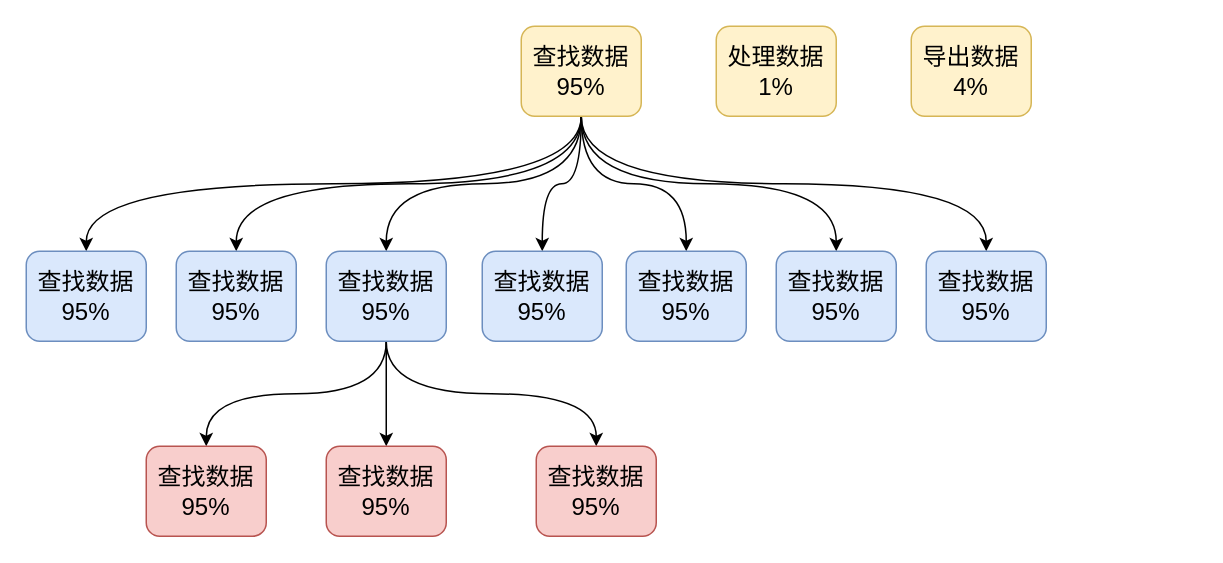
Earlier version of the draw.io diagram 导出代码优化.drawio (wenbochang888/draw). Source tidied: cells renumbered, new cells numbered last; positions are measured from the earlier drawing's top-left corner, leaving out a move shared by most shapes. Both pictures are drawn from the tidied source at 150%, with x=0, y=0 at pixel (26, 26).
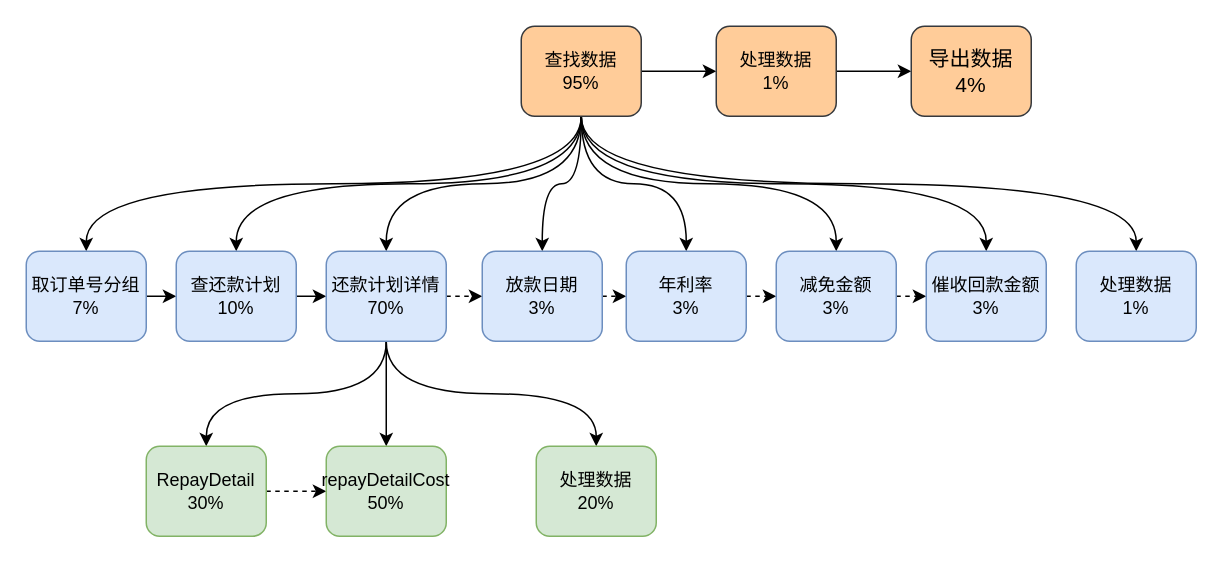
After the change.

Commit message (it also covers changes not shown here):
更新导出代码优化.drawio

The edit, as a diff of the source:
```diff
@@
+    <mxCell id="25" style="edgeStyle=orthogonalEdgeStyle;rounded=0;jettySize=auto;html=1;exitX=1;exitY=0.5;exitDx=0;exitDy=0;" parent="1" edge="1" source="9" target="10">
+      <mxGeometry relative="1" as="geometry" />
+    </mxCell>
+    <mxCell id="26" style="edgeStyle=orthogonalEdgeStyle;jettySize=auto;html=1;exitX=0.5;exitY=1;exitDx=0;exitDy=0;entryX=0.5;entryY=0;entryDx=0;entryDy=0;curved=1;" parent="1" edge="1" source="9" target="35">
+      <mxGeometry relative="1" as="geometry" />
+    </mxCell>
-    <mxCell id="9" value="&lt;span style=&quot;font-size: 16px;&quot;&gt;查找数据&lt;br&gt;95%&lt;br&gt;&lt;/span&gt;" style="rounded=1;whiteSpace=wrap;html=1;shadow=0;glass=0;fillColor=#fff2cc;strokeColor=#d6b656;" parent="1" vertex="1">
+    <mxCell id="9" value="&lt;font style=&quot;font-size: 12px;&quot;&gt;查找数据&lt;br&gt;95%&lt;/font&gt;" style="rounded=1;whiteSpace=wrap;html=1;shadow=0;glass=0;fillColor=#ffcc99;strokeColor=#36393d;" parent="1" vertex="1">
       <mxGeometry x="330" width="80" height="60" as="geometry" />
     </mxCell>
+    <mxCell id="27" style="edgeStyle=orthogonalEdgeStyle;rounded=0;jettySize=auto;html=1;exitX=1;exitY=0.5;exitDx=0;exitDy=0;entryX=0;entryY=0.5;entryDx=0;entryDy=0;" parent="1" edge="1" source="10" target="11">
+      <mxGeometry relative="1" as="geometry" />
+    </mxCell>
-    <mxCell id="10" value="&lt;span style=&quot;font-size: 16px;&quot;&gt;处理数据&lt;br&gt;1%&lt;br&gt;&lt;/span&gt;" style="rounded=1;whiteSpace=wrap;html=1;shadow=0;glass=0;fillColor=#fff2cc;strokeColor=#d6b656;" parent="1" vertex="1">
+    <mxCell id="10" value="&lt;font style=&quot;font-size: 12px;&quot;&gt;处理数据&lt;br&gt;1%&lt;/font&gt;" style="rounded=1;whiteSpace=wrap;html=1;shadow=0;glass=0;fillColor=#ffcc99;strokeColor=#36393d;" parent="1" vertex="1">
       <mxGeometry x="460" width="80" height="60" as="geometry" />
     </mxCell>
-    <mxCell id="11" value="&lt;span style=&quot;font-size: 16px;&quot;&gt;导出数据&lt;br&gt;4%&lt;br&gt;&lt;/span&gt;" style="rounded=1;whiteSpace=wrap;html=1;shadow=0;glass=0;fillColor=#fff2cc;strokeColor=#d6b656;" parent="1" vertex="1">
+    <mxCell id="11" value="&lt;font style=&quot;font-size: 14px;&quot;&gt;导出数据&lt;br&gt;4%&lt;/font&gt;" style="rounded=1;whiteSpace=wrap;html=1;shadow=0;glass=0;fillColor=#ffcc99;strokeColor=#36393d;" parent="1" vertex="1">
       <mxGeometry x="590" width="80" height="60" as="geometry" />
     </mxCell>
+    <mxCell id="28" style="edgeStyle=orthogonalEdgeStyle;rounded=0;jettySize=auto;html=1;exitX=1;exitY=0.5;exitDx=0;exitDy=0;entryX=0;entryY=0.5;entryDx=0;entryDy=0;" parent="1" edge="1" source="12" target="13">
+      <mxGeometry relative="1" as="geometry" />
+    </mxCell>
-    <mxCell id="12" value="&lt;span style=&quot;font-size: 16px;&quot;&gt;查找数据&lt;br&gt;95%&lt;br&gt;&lt;/span&gt;" style="rounded=1;whiteSpace=wrap;html=1;shadow=0;glass=0;fillColor=#dae8fc;strokeColor=#6c8ebf;" parent="1" vertex="1">
+    <mxCell id="12" value="取订单号分组&lt;br&gt;7%" style="rounded=1;whiteSpace=wrap;html=1;shadow=0;glass=0;fillColor=#dae8fc;strokeColor=#6c8ebf;" parent="1" vertex="1">
       <mxGeometry y="150" width="80" height="60" as="geometry" />
     </mxCell>
+    <mxCell id="29" style="edgeStyle=orthogonalEdgeStyle;rounded=0;jettySize=auto;html=1;exitX=1;exitY=0.5;exitDx=0;exitDy=0;entryX=0;entryY=0.5;entryDx=0;entryDy=0;" parent="1" edge="1" source="13" target="17">
+      <mxGeometry relative="1" as="geometry" />
+    </mxCell>
-    <mxCell id="13" value="&lt;span style=&quot;font-size: 16px;&quot;&gt;查找数据&lt;br&gt;95%&lt;br&gt;&lt;/span&gt;" style="rounded=1;whiteSpace=wrap;html=1;shadow=0;glass=0;fillColor=#dae8fc;strokeColor=#6c8ebf;" parent="1" vertex="1">
+    <mxCell id="13" value="查还款计划&lt;br&gt;10%" style="rounded=1;whiteSpace=wrap;html=1;shadow=0;glass=0;fillColor=#dae8fc;strokeColor=#6c8ebf;" parent="1" vertex="1">
       <mxGeometry x="100" y="150" width="80" height="60" as="geometry" />
     </mxCell>
@@
+    <mxCell id="30" style="edgeStyle=orthogonalEdgeStyle;rounded=0;jettySize=auto;html=1;exitX=1;exitY=0.5;exitDx=0;exitDy=0;entryX=0;entryY=0.5;entryDx=0;entryDy=0;dashed=1;" parent="1" edge="1" source="17" target="18">
+      <mxGeometry relative="1" as="geometry" />
+    </mxCell>
-    <mxCell id="17" value="&lt;span style=&quot;font-size: 16px;&quot;&gt;查找数据&lt;br&gt;95%&lt;br&gt;&lt;/span&gt;" style="rounded=1;whiteSpace=wrap;html=1;shadow=0;glass=0;fillColor=#dae8fc;strokeColor=#6c8ebf;" parent="1" vertex="1">
+    <mxCell id="17" value="还款计划详情&lt;br&gt;70%" style="rounded=1;whiteSpace=wrap;html=1;shadow=0;glass=0;fillColor=#dae8fc;strokeColor=#6c8ebf;" parent="1" vertex="1">
       <mxGeometry x="200" y="150" width="80" height="60" as="geometry" />
     </mxCell>
+    <mxCell id="31" style="edgeStyle=orthogonalEdgeStyle;rounded=0;jettySize=auto;html=1;exitX=1;exitY=0.5;exitDx=0;exitDy=0;entryX=0;entryY=0.5;entryDx=0;entryDy=0;dashed=1;" parent="1" edge="1" source="18" target="19">
+      <mxGeometry relative="1" as="geometry" />
+    </mxCell>
-    <mxCell id="18" value="&lt;span style=&quot;font-size: 16px;&quot;&gt;查找数据&lt;br&gt;95%&lt;br&gt;&lt;/span&gt;" style="rounded=1;whiteSpace=wrap;html=1;shadow=0;glass=0;fillColor=#dae8fc;strokeColor=#6c8ebf;" parent="1" vertex="1">
+    <mxCell id="18" value="放款日期&lt;br&gt;3%" style="rounded=1;whiteSpace=wrap;html=1;shadow=0;glass=0;fillColor=#dae8fc;strokeColor=#6c8ebf;" parent="1" vertex="1">
       <mxGeometry x="304" y="150" width="80" height="60" as="geometry" />
     </mxCell>
+    <mxCell id="32" style="edgeStyle=orthogonalEdgeStyle;rounded=0;jettySize=auto;html=1;exitX=1;exitY=0.5;exitDx=0;exitDy=0;entryX=0;entryY=0.5;entryDx=0;entryDy=0;dashed=1;" parent="1" edge="1" source="19" target="20">
+      <mxGeometry relative="1" as="geometry" />
+    </mxCell>
-    <mxCell id="19" value="&lt;span style=&quot;font-size: 16px;&quot;&gt;查找数据&lt;br&gt;95%&lt;br&gt;&lt;/span&gt;" style="rounded=1;whiteSpace=wrap;html=1;shadow=0;glass=0;fillColor=#dae8fc;strokeColor=#6c8ebf;" parent="1" vertex="1">
+    <mxCell id="19" value="年利率&lt;br&gt;3%" style="rounded=1;whiteSpace=wrap;html=1;shadow=0;glass=0;fillColor=#dae8fc;strokeColor=#6c8ebf;" parent="1" vertex="1">
       <mxGeometry x="400" y="150" width="80" height="60" as="geometry" />
     </mxCell>
+    <mxCell id="33" style="edgeStyle=orthogonalEdgeStyle;rounded=0;jettySize=auto;html=1;exitX=1;exitY=0.5;exitDx=0;exitDy=0;entryX=0;entryY=0.5;entryDx=0;entryDy=0;dashed=1;" parent="1" edge="1" source="20" target="21">
+      <mxGeometry relative="1" as="geometry" />
+    </mxCell>
-    <mxCell id="20" value="&lt;span style=&quot;font-size: 16px;&quot;&gt;查找数据&lt;br&gt;95%&lt;br&gt;&lt;/span&gt;" style="rounded=1;whiteSpace=wrap;html=1;shadow=0;glass=0;fillColor=#dae8fc;strokeColor=#6c8ebf;" parent="1" vertex="1">
+    <mxCell id="20" value="减免金额&lt;br&gt;3%" style="rounded=1;whiteSpace=wrap;html=1;shadow=0;glass=0;fillColor=#dae8fc;strokeColor=#6c8ebf;" parent="1" vertex="1">
       <mxGeometry x="500" y="150" width="80" height="60" as="geometry" />
     </mxCell>
-    <mxCell id="21" value="&lt;span style=&quot;font-size: 16px;&quot;&gt;查找数据&lt;br&gt;95%&lt;br&gt;&lt;/span&gt;" style="rounded=1;whiteSpace=wrap;html=1;shadow=0;glass=0;fillColor=#dae8fc;strokeColor=#6c8ebf;" parent="1" vertex="1">
+    <mxCell id="21" value="催收回款金额&lt;br&gt;3%" style="rounded=1;whiteSpace=wrap;html=1;shadow=0;glass=0;fillColor=#dae8fc;strokeColor=#6c8ebf;" parent="1" vertex="1">
       <mxGeometry x="600" y="150" width="80" height="60" as="geometry" />
     </mxCell>
+    <mxCell id="34" style="edgeStyle=orthogonalEdgeStyle;rounded=0;jettySize=auto;html=1;exitX=1;exitY=0.5;exitDx=0;exitDy=0;entryX=0;entryY=0.5;entryDx=0;entryDy=0;dashed=1;" parent="1" edge="1" source="22" target="23">
+      <mxGeometry relative="1" as="geometry" />
+    </mxCell>
-    <mxCell id="22" value="&lt;span style=&quot;font-size: 16px;&quot;&gt;查找数据&lt;br&gt;95%&lt;br&gt;&lt;/span&gt;" style="rounded=1;whiteSpace=wrap;html=1;shadow=0;glass=0;fillColor=#f8cecc;strokeColor=#b85450;" parent="1" vertex="1">
+    <mxCell id="22" value="RepayDetail&lt;br&gt;30%" style="rounded=1;whiteSpace=wrap;html=1;shadow=0;glass=0;fillColor=#d5e8d4;strokeColor=#82b366;" parent="1" vertex="1">
       <mxGeometry x="80" y="280" width="80" height="60" as="geometry" />
     </mxCell>
-    <mxCell id="23" value="&lt;span style=&quot;font-size: 16px;&quot;&gt;查找数据&lt;br&gt;95%&lt;br&gt;&lt;/span&gt;" style="rounded=1;whiteSpace=wrap;html=1;shadow=0;glass=0;fillColor=#f8cecc;strokeColor=#b85450;" parent="1" vertex="1">
+    <mxCell id="23" value="repayDetailCost&lt;br&gt;50%" style="rounded=1;whiteSpace=wrap;html=1;shadow=0;glass=0;fillColor=#d5e8d4;strokeColor=#82b366;" parent="1" vertex="1">
       <mxGeometry x="200" y="280" width="80" height="60" as="geometry" />
     </mxCell>
-    <mxCell id="24" value="&lt;span style=&quot;font-size: 16px;&quot;&gt;查找数据&lt;br&gt;95%&lt;br&gt;&lt;/span&gt;" style="rounded=1;whiteSpace=wrap;html=1;shadow=0;glass=0;fillColor=#f8cecc;strokeColor=#b85450;" parent="1" vertex="1">
+    <mxCell id="24" value="&lt;font style=&quot;font-size: 12px;&quot;&gt;处理数据&lt;br&gt;20%&lt;br&gt;&lt;/font&gt;" style="rounded=1;whiteSpace=wrap;html=1;shadow=0;glass=0;fillColor=#d5e8d4;strokeColor=#82b366;" parent="1" vertex="1">
       <mxGeometry x="340" y="280" width="80" height="60" as="geometry" />
     </mxCell>
+    <mxCell id="35" value="处理数据&lt;br&gt;1%" style="rounded=1;whiteSpace=wrap;html=1;shadow=0;glass=0;fillColor=#dae8fc;strokeColor=#6c8ebf;" parent="1" vertex="1">
+      <mxGeometry x="700" y="150" width="80" height="60" as="geometry" />
+    </mxCell>
```
